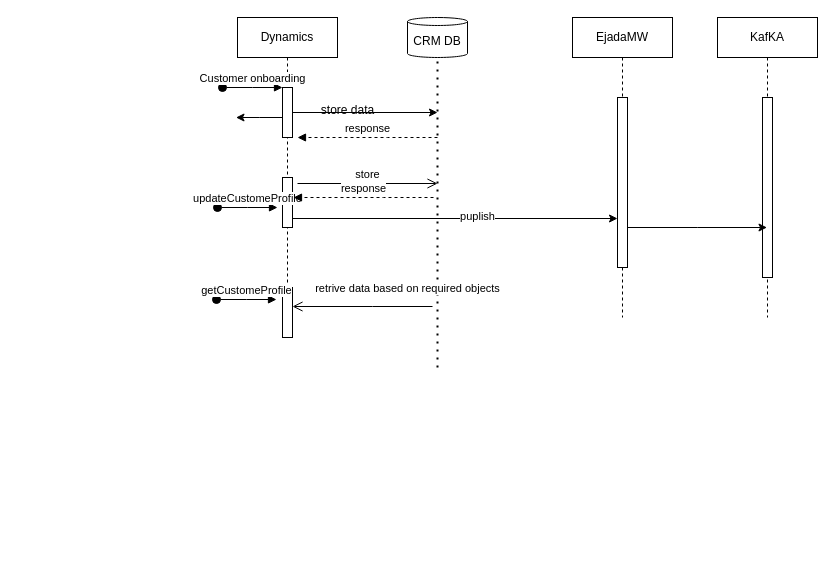
Before: Dynamics_CRM.drawio in MHosnii/DrawIo, a draw.io diagram. Source tidied: cells renumbered, new cells numbered last; positions are measured from the earlier drawing's top-left corner, leaving out a move shared by most shapes. Both pictures are drawn from the tidied source at 100%, with x=0, y=0 at pixel (216, 17).
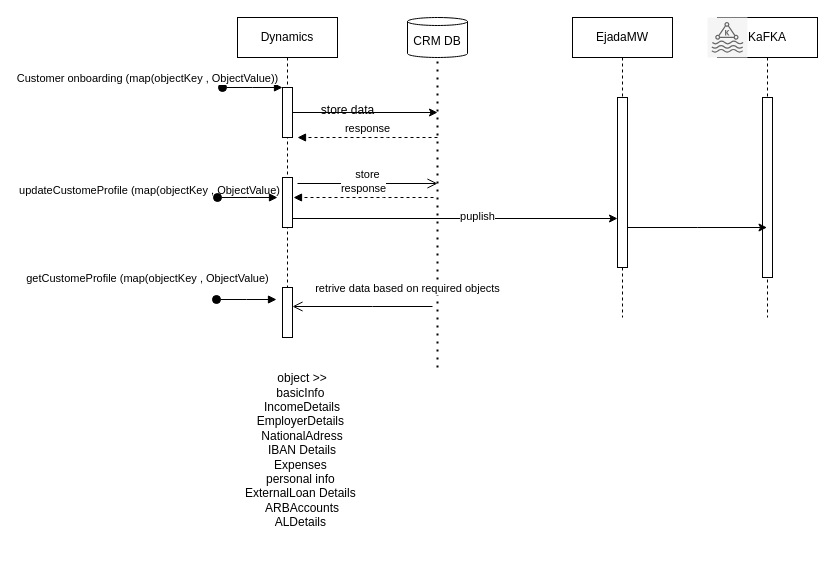
After the change.

Unchanged cells that the change refers to:
```xml
<mxCell id="2" value="Dynamics" style="shape=umlLifeline;perimeter=lifelinePerimeter;whiteSpace=wrap;html=1;newEdgeStyle={&quot;edgeStyle&quot;:&quot;elbowEdgeStyle&quot;,&quot;elbow&quot;:&quot;vertical&quot;,&quot;curved&quot;:0,&quot;rounded&quot;:0};" parent="1" vertex="1">
  <mxGeometry x="21" width="100" height="320" as="geometry" />
</mxCell>
<mxCell id="4" style="html=1;points=[];perimeter=orthogonalPerimeter;outlineConnect=0;targetShapes=umlLifeline;portConstraint=eastwest;newEdgeStyle={&quot;edgeStyle&quot;:&quot;elbowEdgeStyle&quot;,&quot;elbow&quot;:&quot;vertical&quot;,&quot;curved&quot;:0,&quot;rounded&quot;:0};" parent="2" vertex="1">
  <mxGeometry x="45" y="70" width="10" height="50" as="geometry" />
</mxCell>
```

What changed in the source:
```diff
@@
-    <mxCell id="5" value="Customer onboarding" style="html=1;verticalAlign=bottom;startArrow=oval;endArrow=block;startSize=8;edgeStyle=elbowEdgeStyle;elbow=vertical;curved=0;rounded=0;" parent="2" edge="1" target="4">
-      <mxGeometry relative="1" as="geometry">
+    <mxCell id="5" value="Customer onboarding (map(objectKey , ObjectValue))" style="html=1;verticalAlign=bottom;startArrow=oval;endArrow=block;startSize=8;edgeStyle=elbowEdgeStyle;elbow=vertical;curved=0;rounded=0;" parent="2" edge="1" target="4">
+      <mxGeometry x="-1" y="-75" relative="1" as="geometry">
         <mxPoint x="-15" y="70" as="sourcePoint" />
+        <mxPoint x="-75" y="-75" as="offset" />
       </mxGeometry>
     </mxCell>
@@
-    <mxCell id="12" value="KafKA" style="shape=umlLifeline;perimeter=lifelinePerimeter;whiteSpace=wrap;html=1;newEdgeStyle={&quot;edgeStyle&quot;:&quot;elbowEdgeStyle&quot;,&quot;elbow&quot;:&quot;vertical&quot;,&quot;curved&quot;:0,&quot;rounded&quot;:0};" parent="1" vertex="1">
+    <mxCell id="12" value="KaFKA" style="shape=umlLifeline;perimeter=lifelinePerimeter;whiteSpace=wrap;html=1;newEdgeStyle={&quot;edgeStyle&quot;:&quot;elbowEdgeStyle&quot;,&quot;elbow&quot;:&quot;vertical&quot;,&quot;curved&quot;:0,&quot;rounded&quot;:0};" parent="1" vertex="1">
       <mxGeometry x="501" width="100" height="300" as="geometry" />
     </mxCell>
@@
-    <mxCell id="17" value="updateCustomeProfile" style="html=1;verticalAlign=bottom;startArrow=oval;endArrow=block;startSize=8;edgeStyle=elbowEdgeStyle;elbow=vertical;curved=0;rounded=0;" parent="1" edge="1">
-      <mxGeometry relative="1" as="geometry">
-        <mxPoint x="1" y="190" as="sourcePoint" />
-        <mxPoint x="61" y="190" as="targetPoint" />
+    <mxCell id="17" value="updateCustomeProfile (map(objectKey , ObjectValue)" style="html=1;verticalAlign=bottom;startArrow=oval;endArrow=block;startSize=8;edgeStyle=elbowEdgeStyle;elbow=vertical;curved=0;rounded=0;" parent="1" edge="1">
+      <mxGeometry y="63" relative="1" as="geometry">
+        <mxPoint x="-7" y="202" as="sourcePoint" />
+        <mxPoint x="-7" y="202" as="targetPoint" />
+        <mxPoint x="-60" y="-20" as="offset" />
       </mxGeometry>
     </mxCell>
@@
-    <mxCell id="22" style="edgeStyle=elbowEdgeStyle;rounded=0;jettySize=auto;html=1;elbow=vertical;curved=0;" parent="1" edge="1" source="4">
-      <mxGeometry relative="1" as="geometry">
-        <mxPoint x="19.5" y="100" as="targetPoint" />
-      </mxGeometry>
-    </mxCell>
-    <mxCell id="23" value="getCustomeProfile" style="html=1;verticalAlign=bottom;startArrow=oval;endArrow=block;startSize=8;edgeStyle=elbowEdgeStyle;elbow=vertical;curved=0;rounded=0;" parent="1" edge="1">
-      <mxGeometry relative="1" as="geometry">
+    <mxCell id="23" value="getCustomeProfile (map(objectKey , ObjectValue)" style="html=1;verticalAlign=bottom;startArrow=oval;endArrow=block;startSize=8;edgeStyle=elbowEdgeStyle;elbow=vertical;curved=0;rounded=0;" parent="1" edge="1">
+      <mxGeometry x="-1" y="70" relative="1" as="geometry">
         <mxPoint y="282" as="sourcePoint" />
         <mxPoint x="60" y="282" as="targetPoint" />
+        <mxPoint x="-69" y="58" as="offset" />
       </mxGeometry>
     </mxCell>
@@
+    <mxCell id="25" value="object &amp;gt;&amp;gt;&lt;div&gt;basicInfo&amp;nbsp;&lt;/div&gt;&lt;div&gt;IncomeDetails&lt;/div&gt;&lt;div&gt;EmployerDetails&amp;nbsp;&lt;/div&gt;&lt;div&gt;NationalAdress&lt;/div&gt;&lt;div&gt;IBAN Details&lt;/div&gt;&lt;div&gt;Expenses&amp;nbsp;&lt;/div&gt;&lt;div&gt;personal info&amp;nbsp;&lt;/div&gt;&lt;div&gt;ExternalLoan Details&amp;nbsp;&lt;/div&gt;&lt;div&gt;ARBAccounts&lt;/div&gt;&lt;div&gt;ALDetails&amp;nbsp;&lt;/div&gt;&lt;div&gt;&lt;br&gt;&lt;/div&gt;" style="text;html=1;align=center;verticalAlign=middle;whiteSpace=wrap;rounded=0;" parent="1" vertex="1">
+      <mxGeometry x="1" y="350" width="170" height="180" as="geometry" />
+    </mxCell>
+    <mxCell id="26" style="html=1;verticalAlign=bottom;startArrow=oval;endArrow=block;startSize=8;edgeStyle=elbowEdgeStyle;elbow=vertical;curved=0;rounded=0;" parent="1" edge="1">
+      <mxGeometry x="-1" y="36" relative="1" as="geometry">
+        <mxPoint x="1" y="180" as="sourcePoint" />
+        <mxPoint x="61" y="180" as="targetPoint" />
+        <mxPoint x="-35" y="26" as="offset" />
+      </mxGeometry>
+    </mxCell>
+    <mxCell id="27" style="sketch=0;fillColor=#f5f5f5;strokeColor=#666666;dashed=0;verticalLabelPosition=bottom;verticalAlign=top;align=center;html=1;fontSize=12;fontStyle=0;shape=mxgraph.aws4.resourceIcon;resIcon=mxgraph.aws4.managed_streaming_for_kafka;fontColor=#333333;" parent="1" vertex="1">
+      <mxGeometry x="491" width="40" height="40" as="geometry" />
+    </mxCell>
```
